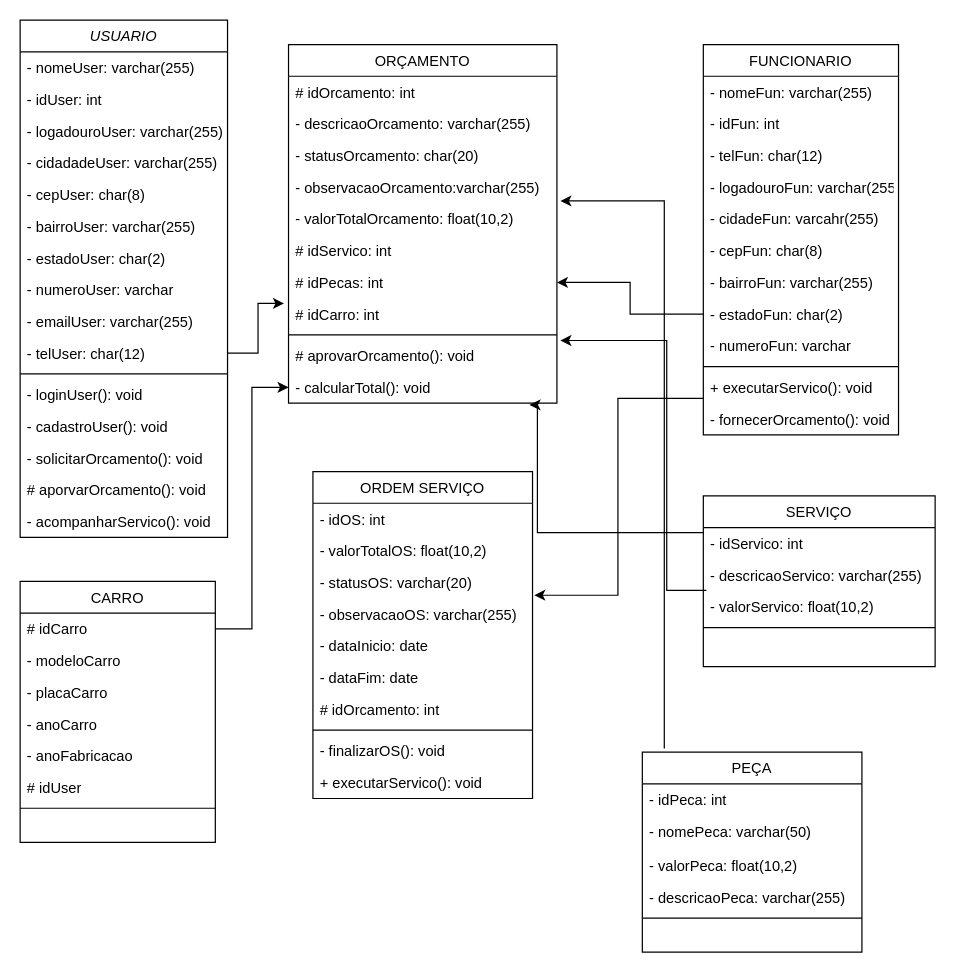
Above: Diagrama de classes AMCamillo.drawio in VyttorRamos/Projetos_ADS_CJO (draw.io), before the change. Source tidied: cells renumbered, new cells numbered last; positions are measured from the earlier drawing's top-left corner, leaving out a move shared by most shapes. Both pictures are drawn from the tidied source at 122%, with x=0, y=0 at pixel (20, 20).
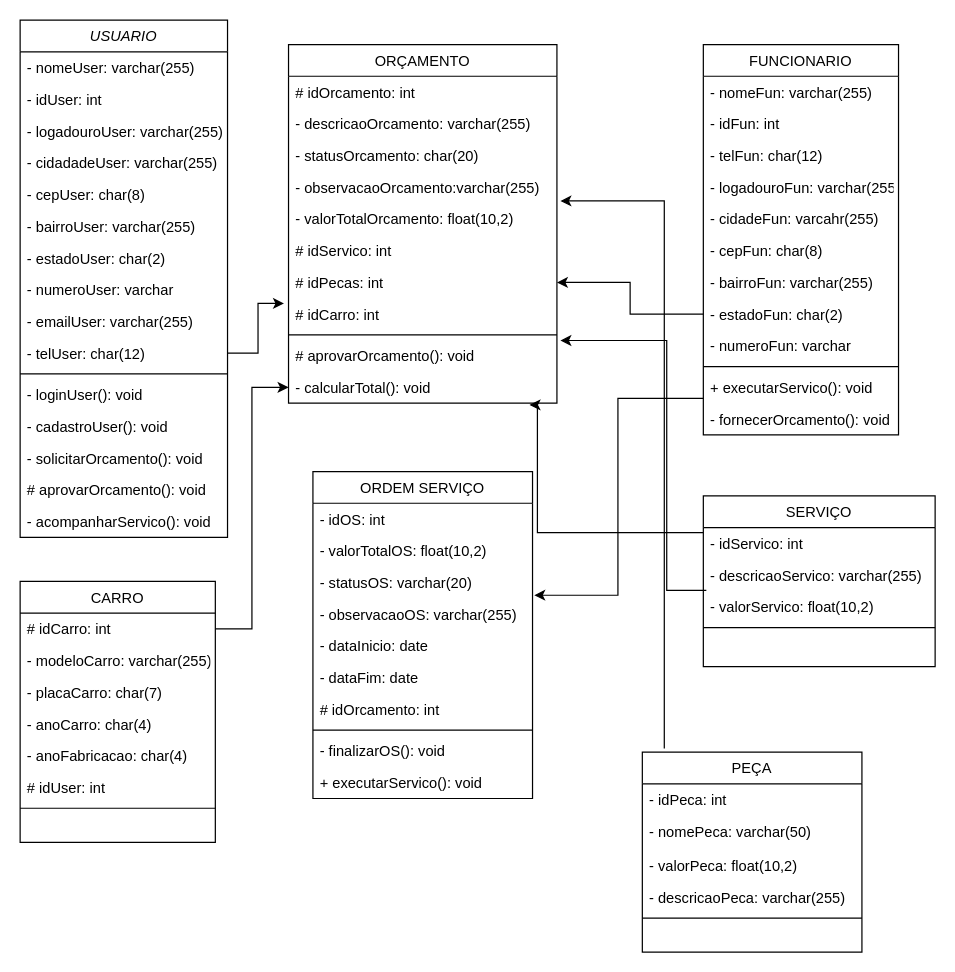
The same diagram, later.

The change refers to these unchanged cells:
```xml
<mxCell id="2" value="USUARIO" style="swimlane;fontStyle=2;align=center;verticalAlign=top;horizontal=1;startSize=26;rounded=0;shadow=0;strokeWidth=1;" parent="1" vertex="1">
  <mxGeometry width="170" height="424" as="geometry" />
</mxCell>
<mxCell id="55" value="CARRO" style="swimlane;fontStyle=0;align=center;verticalAlign=top;horizontal=1;startSize=26;rounded=0;shadow=0;strokeWidth=1;" parent="1" vertex="1">
  <mxGeometry y="460" width="160" height="214" as="geometry" />
</mxCell>
```

Diff of the diagram source:
```diff
@@
-    <mxCell id="17" value="# aporvarOrcamento(): void" style="text;align=left;verticalAlign=top;spacingLeft=4;spacingRight=4;overflow=hidden;rounded=0;shadow=0;html=0;" parent="2" vertex="1">
+    <mxCell id="17" value="# aprovarOrcamento(): void" style="text;align=left;verticalAlign=top;spacingLeft=4;spacingRight=4;overflow=hidden;rounded=0;shadow=0;html=0;" parent="2" vertex="1">
       <mxGeometry y="372" width="170" height="26" as="geometry" />
     </mxCell>
@@
-    <mxCell id="56" value="# idCarro" style="text;align=left;verticalAlign=top;spacingLeft=4;spacingRight=4;overflow=hidden;points=[[0,0.5],[1,0.5]];portConstraint=eastwest;" parent="55" vertex="1">
+    <mxCell id="56" value="# idCarro: int" style="text;align=left;verticalAlign=top;spacingLeft=4;spacingRight=4;overflow=hidden;points=[[0,0.5],[1,0.5]];portConstraint=eastwest;" parent="55" vertex="1">
       <mxGeometry y="26" width="160" height="26" as="geometry" />
     </mxCell>
-    <mxCell id="57" value="- modeloCarro" style="text;align=left;verticalAlign=top;spacingLeft=4;spacingRight=4;overflow=hidden;" parent="55" vertex="1">
+    <mxCell id="57" value="- modeloCarro: varchar(255)" style="text;align=left;verticalAlign=top;spacingLeft=4;spacingRight=4;overflow=hidden;" parent="55" vertex="1">
       <mxGeometry y="52" width="160" height="26" as="geometry" />
     </mxCell>
-    <mxCell id="58" value="- placaCarro" style="text;align=left;verticalAlign=top;spacingLeft=4;spacingRight=4;overflow=hidden;" parent="55" vertex="1">
+    <mxCell id="58" value="- placaCarro: char(7)" style="text;align=left;verticalAlign=top;spacingLeft=4;spacingRight=4;overflow=hidden;" parent="55" vertex="1">
       <mxGeometry y="78" width="160" height="26" as="geometry" />
     </mxCell>
-    <mxCell id="59" value="- anoCarro" style="text;align=left;verticalAlign=top;spacingLeft=4;spacingRight=4;overflow=hidden;" parent="55" vertex="1">
+    <mxCell id="59" value="- anoCarro: char(4)" style="text;align=left;verticalAlign=top;spacingLeft=4;spacingRight=4;overflow=hidden;" parent="55" vertex="1">
       <mxGeometry y="104" width="160" height="26" as="geometry" />
     </mxCell>
-    <mxCell id="60" value="- anoFabricacao" style="text;align=left;verticalAlign=top;spacingLeft=4;spacingRight=4;overflow=hidden;" parent="55" vertex="1">
+    <mxCell id="60" value="- anoFabricacao: char(4)" style="text;align=left;verticalAlign=top;spacingLeft=4;spacingRight=4;overflow=hidden;" parent="55" vertex="1">
       <mxGeometry y="130" width="160" height="26" as="geometry" />
     </mxCell>
-    <mxCell id="61" value="# idUser" style="text;align=left;verticalAlign=top;spacingLeft=4;spacingRight=4;overflow=hidden;" parent="55" vertex="1">
+    <mxCell id="61" value="# idUser: int" style="text;align=left;verticalAlign=top;spacingLeft=4;spacingRight=4;overflow=hidden;" parent="55" vertex="1">
       <mxGeometry y="156" width="160" height="26" as="geometry" />
     </mxCell>
```
